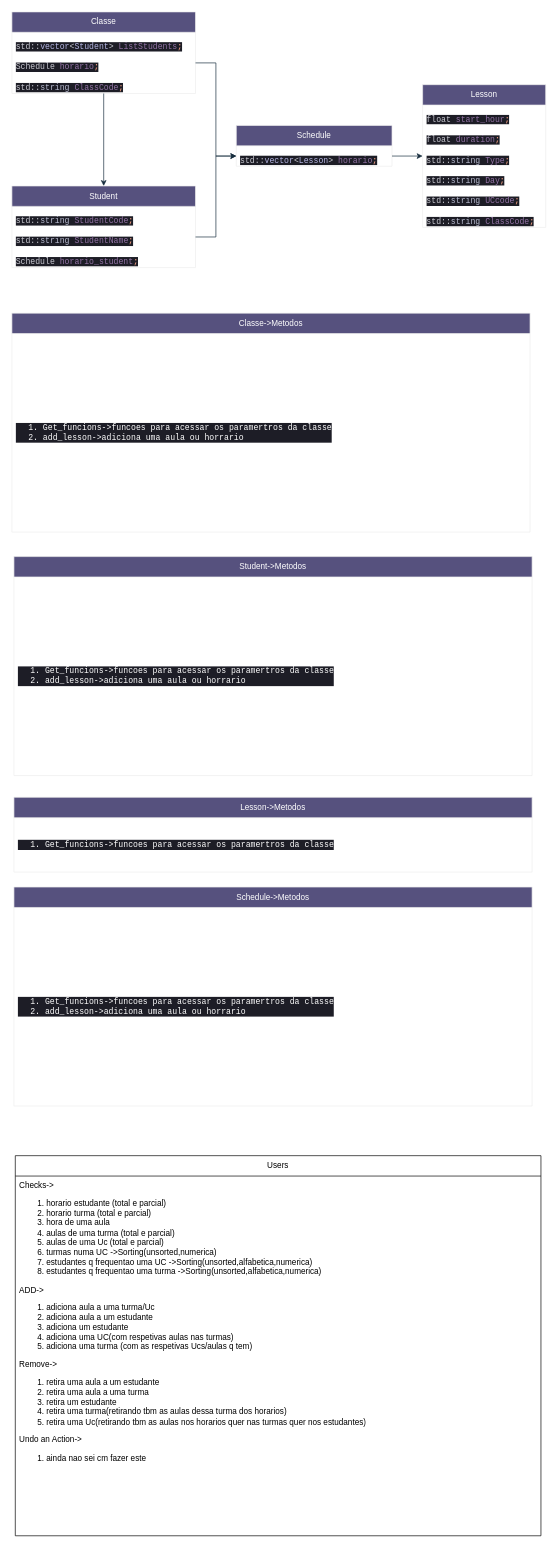
The draw.io diagram Diagrama Classes.drawio in FrozenHart/AED-Project, before the edit. Source tidied: cells renumbered, new cells numbered last; positions are measured from the earlier drawing's top-left corner, leaving out a move shared by most shapes. Both pictures are drawn from the tidied source at 68%, with x=0, y=0 at pixel (12, 12).
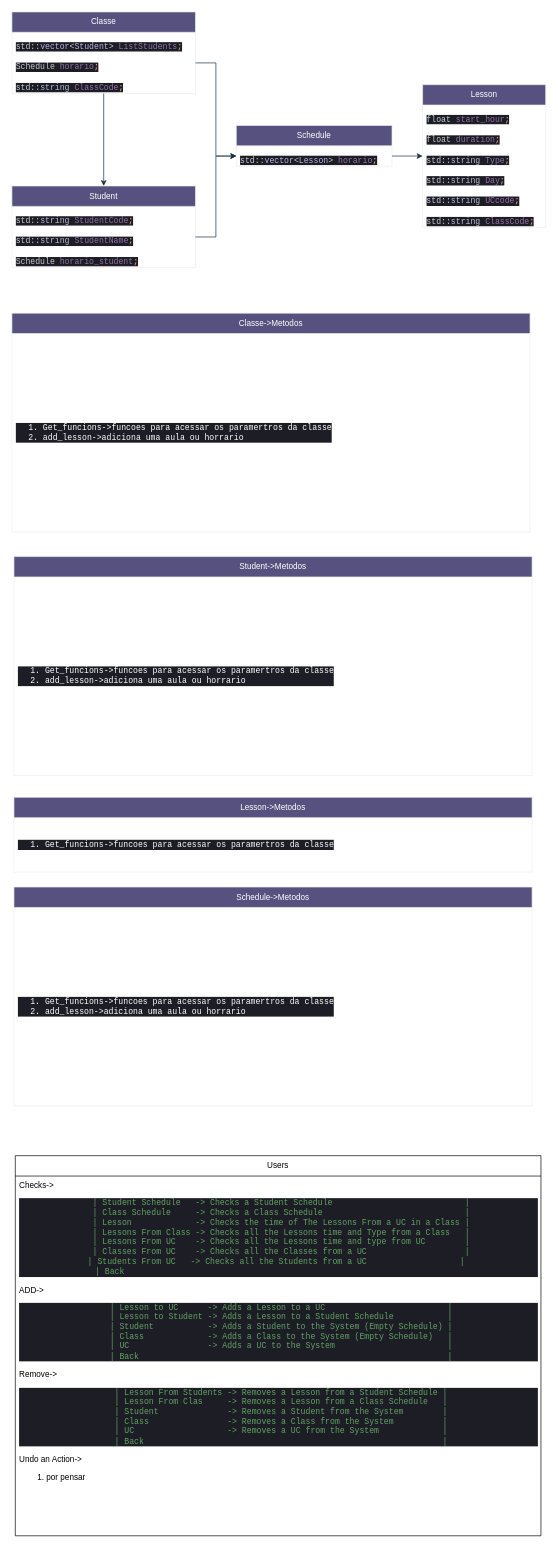
After the change.

Unchanged cells that the change refers to:
```xml
<mxCell id="31" value="Users" style="swimlane;fontStyle=0;horizontal=1;startSize=30;whiteSpace=wrap;html=1;" parent="1" vertex="1">
  <mxGeometry x="5" y="1682" width="773" height="559" as="geometry" />
</mxCell>
```

What changed in the source:
```diff
@@
-    <mxCell id="32" value="&lt;div style=&quot;text-align: justify;&quot;&gt;&lt;span style=&quot;background-color: initial;&quot;&gt;Checks-&amp;gt;&lt;/span&gt;&lt;/div&gt;&lt;div style=&quot;text-align: center;&quot;&gt;&lt;ol&gt;&lt;li style=&quot;text-align: justify;&quot;&gt;&lt;span style=&quot;background-color: initial;&quot;&gt;horario estudante (total e parcial)&amp;nbsp;&lt;/span&gt;&lt;/li&gt;&lt;li style=&quot;text-align: justify;&quot;&gt;&lt;span style=&quot;background-color: initial;&quot;&gt;horario turma&amp;nbsp;&lt;/span&gt;(total e parcial)&lt;/li&gt;&lt;li style=&quot;text-align: justify;&quot;&gt;&lt;span style=&quot;background-color: initial;&quot;&gt;hora de uma aula&lt;/span&gt;&lt;/li&gt;&lt;li style=&quot;text-align: justify;&quot;&gt;&lt;span style=&quot;background-color: initial;&quot;&gt;aulas de uma turma&amp;nbsp;&lt;/span&gt;(total e parcial)&amp;nbsp;&lt;/li&gt;&lt;li style=&quot;text-align: justify;&quot;&gt;&lt;span style=&quot;background-color: initial;&quot;&gt;aulas de uma Uc&amp;nbsp;&lt;/span&gt;(total e parcial)&lt;/li&gt;&lt;li style=&quot;text-align: justify;&quot;&gt;&lt;span style=&quot;background-color: initial;&quot;&gt;turmas numa UC&amp;nbsp;&lt;/span&gt;-&amp;gt;Sorting(unsorted,numerica)&lt;/li&gt;&lt;li style=&quot;text-align: justify;&quot;&gt;estudantes q frequentao uma UC -&amp;gt;Sorting(unsorted,alfabetica,numerica)&lt;/li&gt;&lt;li style=&quot;text-align: justify;&quot;&gt;estudantes q frequentao uma turma -&amp;gt;Sorting(unsorted,alfabetica,numerica)&lt;/li&gt;&lt;/ol&gt;&lt;div style=&quot;text-align: justify;&quot;&gt;&lt;span style=&quot;background-color: initial;&quot;&gt;ADD-&amp;gt;&lt;/span&gt;&lt;/div&gt;&lt;/div&gt;&lt;div style=&quot;text-align: center;&quot;&gt;&lt;ol&gt;&lt;li style=&quot;text-align: justify;&quot;&gt;adiciona aula a uma turma/Uc&lt;/li&gt;&lt;li style=&quot;text-align: justify;&quot;&gt;adiciona aula a um estudante&lt;/li&gt;&lt;li style=&quot;text-align: justify;&quot;&gt;adiciona um estudante&lt;/li&gt;&lt;li style=&quot;text-align: justify;&quot;&gt;adiciona uma UC(com respetivas aulas nas turmas)&lt;/li&gt;&lt;li style=&quot;text-align: justify;&quot;&gt;adiciona uma turma (com as respetivas Ucs/aulas q tem)&lt;/li&gt;&lt;/ol&gt;&lt;div style=&quot;text-align: justify;&quot;&gt;&lt;span style=&quot;background-color: initial;&quot;&gt;Remove-&amp;gt;&lt;/span&gt;&lt;/div&gt;&lt;/div&gt;&lt;div style=&quot;text-align: center;&quot;&gt;&lt;ol&gt;&lt;li style=&quot;text-align: justify;&quot;&gt;&lt;span style=&quot;background-color: initial;&quot;&gt;retira uma aula a um estudante&lt;/span&gt;&lt;/li&gt;&lt;li style=&quot;text-align: justify;&quot;&gt;&lt;span style=&quot;background-color: initial;&quot;&gt;retira uma aula a uma turma&lt;/span&gt;&lt;/li&gt;&lt;li style=&quot;text-align: justify;&quot;&gt;&lt;span style=&quot;background-color: initial;&quot;&gt;retira um estudante&lt;/span&gt;&lt;/li&gt;&lt;li style=&quot;text-align: justify;&quot;&gt;retira uma turma(retirando tbm as aulas dessa turma dos horarios)&lt;/li&gt;&lt;li style=&quot;text-align: justify;&quot;&gt;retira uma Uc(retirando tbm as aulas nos horarios quer nas turmas quer nos estudantes)&lt;/li&gt;&lt;/ol&gt;&lt;div style=&quot;text-align: justify;&quot;&gt;Undo an Action-&amp;gt;&lt;/div&gt;&lt;div style=&quot;text-align: justify;&quot;&gt;&lt;ol&gt;&lt;li&gt;ainda nao sei cm fazer este&lt;/li&gt;&lt;/ol&gt;&lt;/div&gt;&lt;/div&gt;" style="text;strokeColor=none;fillColor=none;align=left;verticalAlign=top;spacingLeft=4;spacingRight=4;overflow=hidden;whiteSpace=wrap;html=1;" parent="31" vertex="1">
+    <mxCell id="32" value="&lt;div style=&quot;text-align: justify;&quot;&gt;&lt;span style=&quot;background-color: initial;&quot;&gt;Checks-&amp;gt;&lt;/span&gt;&lt;/div&gt;&lt;div style=&quot;text-align: center;&quot;&gt;&lt;div style=&quot;background-color: rgb(29, 29, 38);&quot;&gt;&lt;pre style=&quot;font-family: &amp;quot;JetBrains Mono&amp;quot;, monospace;&quot;&gt;&lt;font color=&quot;#62a362&quot;&gt;| Student Schedule   -&amp;gt; Checks a Student Schedule                           |&lt;span style=&quot;font-weight: bold;&quot;&gt;&lt;br&gt;&lt;/span&gt;&lt;/font&gt;&lt;span style=&quot;color: rgb(98, 163, 98);&quot;&gt;| Class Schedule     -&amp;gt; Checks a Class Schedule                             |&lt;/span&gt;&lt;span style=&quot;color: rgb(224, 149, 123); font-weight: bold;&quot;&gt;&lt;br&gt;&lt;/span&gt;&lt;span style=&quot;color: rgb(98, 163, 98);&quot;&gt;| Lesson             -&amp;gt; Checks the time of The Lessons From a UC in a Class |&lt;/span&gt;&lt;span style=&quot;color: rgb(224, 149, 123); font-weight: bold;&quot;&gt;&lt;br&gt;&lt;/span&gt;&lt;span style=&quot;color: rgb(98, 163, 98);&quot;&gt;| Lessons From Class -&amp;gt; Checks all the Lessons time and Type from a Class   |&lt;/span&gt;&lt;span style=&quot;color: rgb(224, 149, 123); font-weight: bold;&quot;&gt;&lt;br&gt;&lt;/span&gt;&lt;span style=&quot;color: rgb(98, 163, 98);&quot;&gt;| Lessons From UC    -&amp;gt; Checks all the Lessons time and type from UC        |&lt;/span&gt;&lt;span style=&quot;color: rgb(224, 149, 123); font-weight: bold;&quot;&gt;&lt;br&gt;&lt;/span&gt;&lt;span style=&quot;color: rgb(98, 163, 98);&quot;&gt;| Classes From UC    -&amp;gt; Checks all the Classes from a UC                    |&lt;/span&gt;&lt;span style=&quot;color: rgb(224, 149, 123); font-weight: bold;&quot;&gt;&lt;br&gt;&lt;/span&gt;&lt;span style=&quot;color: rgb(98, 163, 98);&quot;&gt;&lt;span style=&quot;&quot;&gt;&lt;span style=&quot;white-space: pre;&quot;&gt;&amp;nbsp;   &amp;nbsp;&amp;nbsp;&amp;nbsp;&lt;/span&gt;&lt;/span&gt;       | Students From UC   -&amp;gt; Checks all the Students from a UC                   |&lt;span style=&quot;&quot;&gt;&lt;span style=&quot;white-space: pre;&quot;&gt;&amp;nbsp;&amp;nbsp;&amp;nbsp;&amp;nbsp;&lt;/span&gt;&lt;/span&gt;&lt;span style=&quot;&quot;&gt;&lt;span style=&quot;white-space: pre;&quot;&gt;&amp;nbsp;&amp;nbsp;&amp;nbsp;&amp;nbsp;&lt;/span&gt;&lt;/span&gt;&lt;span style=&quot;&quot;&gt;&lt;span style=&quot;white-space: pre;&quot;&gt;&amp;nbsp;&amp;nbsp;&amp;nbsp;&amp;nbsp;&lt;/span&gt;&lt;/span&gt;&lt;span style=&quot;&quot;&gt;&lt;span style=&quot;white-space: pre;&quot;&gt;&amp;nbsp;&amp;nbsp;&amp;nbsp;&amp;nbsp;&lt;/span&gt;&lt;/span&gt;&lt;/span&gt;&lt;span style=&quot;color: rgb(224, 149, 123); font-weight: bold;&quot;&gt;&lt;br&gt;&lt;/span&gt;&lt;span style=&quot;color: rgb(98, 163, 98);&quot;&gt;| Back                                                                      &lt;/span&gt;&lt;/pre&gt;&lt;/div&gt;&lt;div style=&quot;text-align: justify;&quot;&gt;&lt;span style=&quot;background-color: initial;&quot;&gt;ADD-&amp;gt;&lt;/span&gt;&lt;/div&gt;&lt;/div&gt;&lt;div style=&quot;text-align: center;&quot;&gt;&lt;div style=&quot;background-color: rgb(29, 29, 38);&quot;&gt;&lt;pre style=&quot;font-family: &amp;quot;JetBrains Mono&amp;quot;, monospace;&quot;&gt;&lt;font color=&quot;#62a362&quot;&gt;| Lesson to UC      -&amp;gt; Adds a Lesson to a UC                         |&lt;span style=&quot;font-weight: bold;&quot;&gt;&lt;br&gt;&lt;/span&gt;&lt;/font&gt;&lt;span style=&quot;color: rgb(98, 163, 98);&quot;&gt;| Lesson to Student -&amp;gt; Adds a Lesson to a Student Schedule           |&lt;/span&gt;&lt;span style=&quot;color: rgb(224, 149, 123); font-weight: bold;&quot;&gt;&lt;br&gt;&lt;/span&gt;&lt;span style=&quot;color: rgb(98, 163, 98);&quot;&gt;| Student           -&amp;gt; Adds a Student to the System (Empty Schedule) |&lt;/span&gt;&lt;span style=&quot;color: rgb(224, 149, 123); font-weight: bold;&quot;&gt;&lt;br&gt;&lt;/span&gt;&lt;span style=&quot;color: rgb(98, 163, 98);&quot;&gt;| Class             -&amp;gt; Adds a Class to the System (Empty Schedule)   |&lt;/span&gt;&lt;span style=&quot;color: rgb(224, 149, 123); font-weight: bold;&quot;&gt;&lt;br&gt;&lt;/span&gt;&lt;span style=&quot;color: rgb(98, 163, 98);&quot;&gt;| UC                -&amp;gt; Adds a UC to the System                       |&lt;/span&gt;&lt;span style=&quot;color: rgb(224, 149, 123); font-weight: bold;&quot;&gt;&lt;br&gt;&lt;/span&gt;&lt;span style=&quot;color: rgb(98, 163, 98);&quot;&gt;| Back                                                               |&lt;/span&gt;&lt;/pre&gt;&lt;/div&gt;&lt;div style=&quot;text-align: justify;&quot;&gt;&lt;span style=&quot;background-color: initial;&quot;&gt;Remove-&amp;gt;&lt;/span&gt;&lt;/div&gt;&lt;/div&gt;&lt;div style=&quot;text-align: center;&quot;&gt;&lt;div style=&quot;background-color: rgb(29, 29, 38);&quot;&gt;&lt;pre style=&quot;font-family: &amp;quot;JetBrains Mono&amp;quot;, monospace;&quot;&gt;&lt;font color=&quot;#62a362&quot;&gt;| Lesson From Students -&amp;gt; Removes a Lesson from a Student Schedule |&lt;span style=&quot;font-weight: bold;&quot;&gt;&lt;br&gt;&lt;/span&gt;&lt;/font&gt;&lt;span style=&quot;color: rgb(98, 163, 98);&quot;&gt;| Lesson From Clas     -&amp;gt; Removes a Lesson from a Class Schedule   |&lt;/span&gt;&lt;span style=&quot;color: rgb(224, 149, 123); font-weight: bold;&quot;&gt;&lt;br&gt;&lt;/span&gt;&lt;span style=&quot;color: rgb(98, 163, 98);&quot;&gt;| Student              -&amp;gt; Removes a Student from the System        |&lt;/span&gt;&lt;span style=&quot;color: rgb(224, 149, 123); font-weight: bold;&quot;&gt;&lt;br&gt;&lt;/span&gt;&lt;span style=&quot;color: rgb(98, 163, 98);&quot;&gt;| Class                -&amp;gt; Removes a Class from the System          |&lt;/span&gt;&lt;span style=&quot;color: rgb(224, 149, 123); font-weight: bold;&quot;&gt;&lt;br&gt;&lt;/span&gt;&lt;span style=&quot;color: rgb(98, 163, 98);&quot;&gt;| UC                   -&amp;gt; Removes a UC from the System             |&lt;/span&gt;&lt;span style=&quot;color: rgb(224, 149, 123); font-weight: bold;&quot;&gt;&lt;br&gt;&lt;/span&gt;&lt;span style=&quot;color: rgb(98, 163, 98);&quot;&gt;| Back                                                             |&lt;/span&gt;&lt;/pre&gt;&lt;/div&gt;&lt;div style=&quot;text-align: justify;&quot;&gt;Undo an Action-&amp;gt;&lt;/div&gt;&lt;div style=&quot;text-align: justify;&quot;&gt;&lt;ol&gt;&lt;li&gt;por pensar&amp;nbsp;&lt;/li&gt;&lt;/ol&gt;&lt;/div&gt;&lt;/div&gt;" style="text;strokeColor=none;fillColor=none;align=left;verticalAlign=top;spacingLeft=4;spacingRight=4;overflow=hidden;whiteSpace=wrap;html=1;" parent="31" vertex="1">
       <mxGeometry y="30" width="773" height="529" as="geometry" />
     </mxCell>
```
